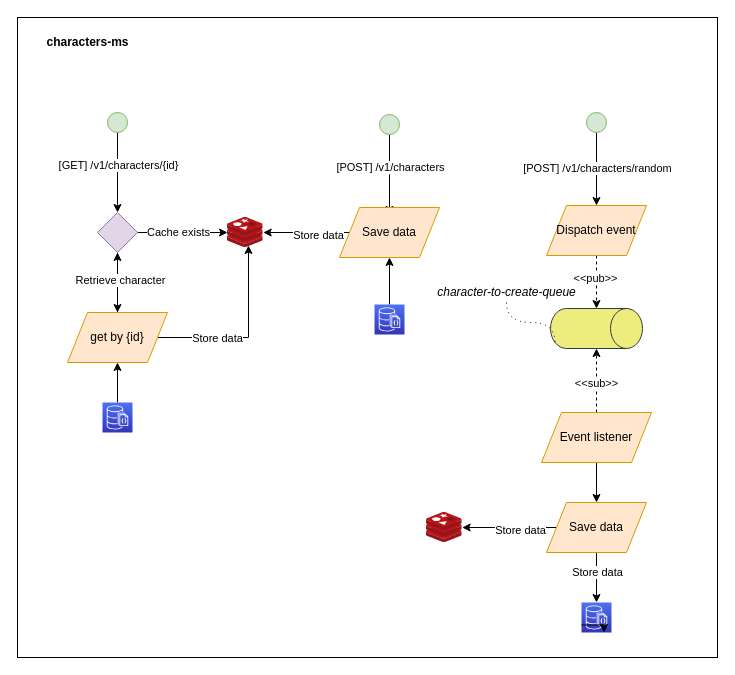
Earlier version of the draw.io diagram docs/diagram.drawio (americoleonardo/nest-hexagonal-features). Source tidied: cells renumbered, new cells numbered last; positions are measured from the earlier drawing's top-left corner, leaving out a move shared by most shapes. Both pictures are drawn from the tidied source at 100%, with x=0, y=0 at pixel (17, 17).
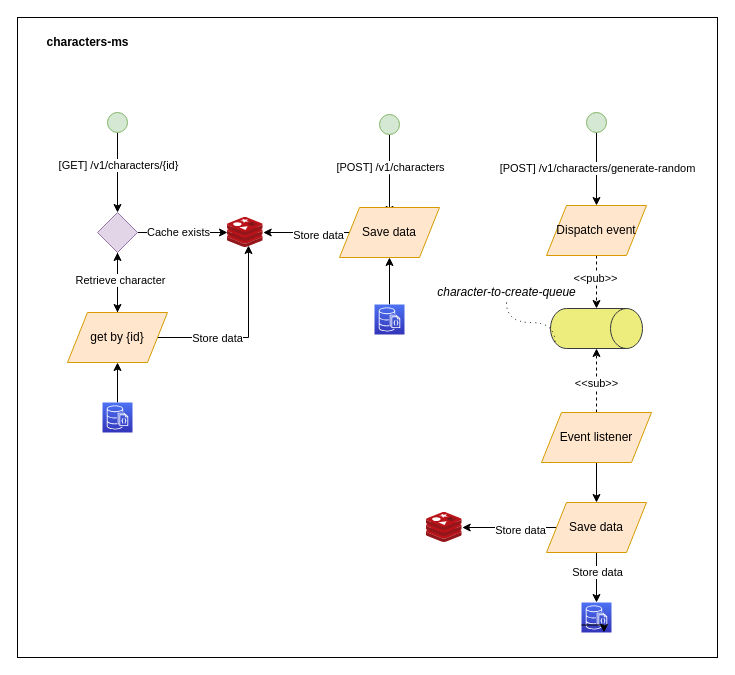
The same diagram, later.

The change refers to these unchanged cells:
```xml
<mxCell id="26" style="edgeStyle=orthogonalEdgeStyle;rounded=0;jettySize=auto;html=1;entryX=0.5;entryY=0;entryDx=0;entryDy=0;" parent="1" edge="1" source="28" target="31">
  <mxGeometry relative="1" as="geometry" />
</mxCell>
```

What changed in the source:
```diff
@@
-    <mxCell id="27" value="[POST] /v1/characters/random" style="edgeLabel;html=1;align=center;verticalAlign=middle;" parent="26" vertex="1">
+    <mxCell id="27" value="[POST] /v1/characters/generate-random" style="edgeLabel;html=1;align=center;verticalAlign=middle;" parent="26" vertex="1">
       <mxGeometry x="-0.2" relative="1" as="geometry">
         <mxPoint y="6" as="offset" />
       </mxGeometry>
     </mxCell>
```
